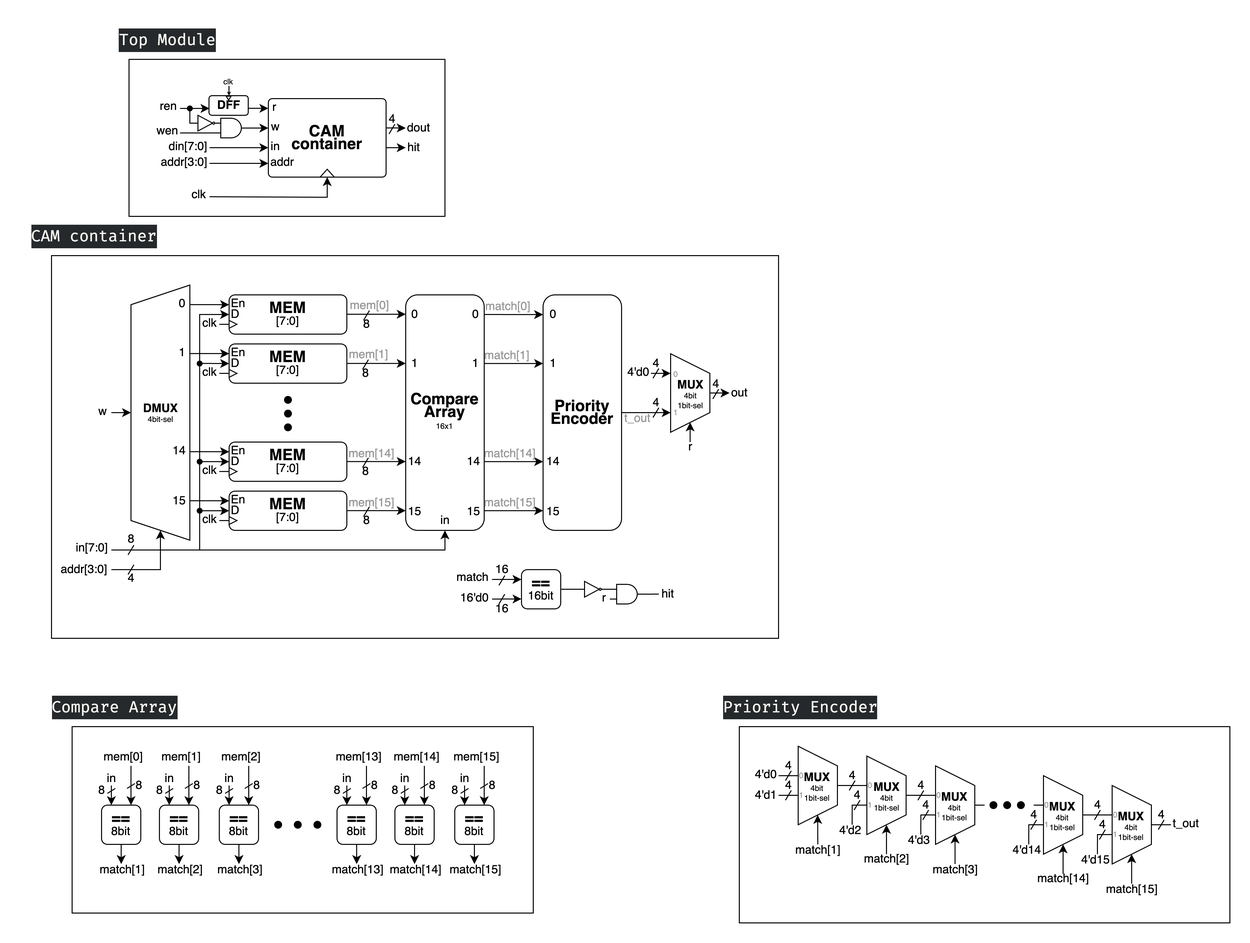
Earlier version of the draw.io export roger/Lab4/Circuit Diagram/a1.png (rogerfan48/Course-Soph1-HDL). Source tidied: cells renumbered, new cells last; positions are measured from the earlier drawing's top-left corner, leaving out a move shared by most shapes.
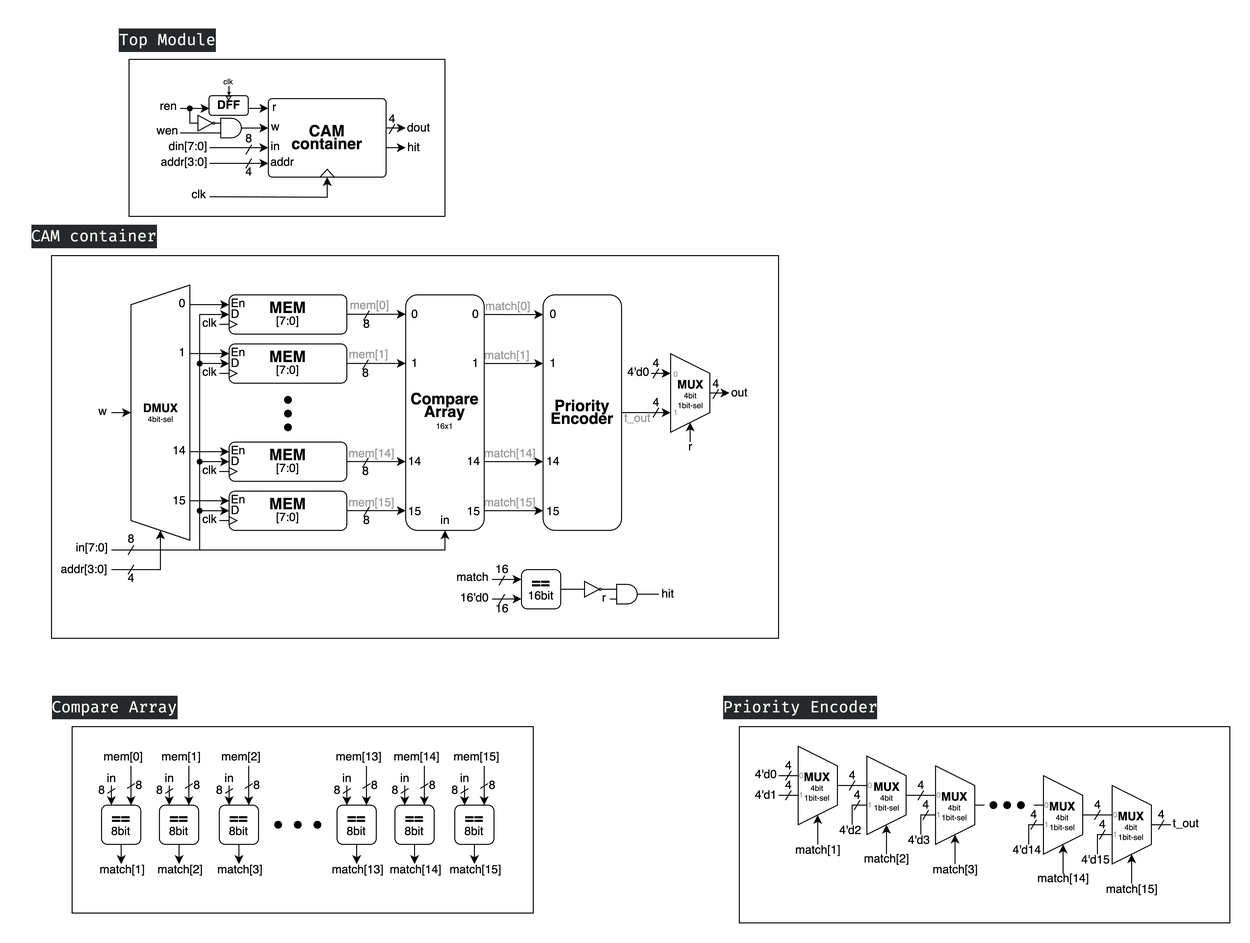
After the change.

What changed in the source:
```diff
@@ -2,6 +2,9 @@
   <root>
     <mxCell id="0" />
     <mxCell id="1" parent="0" />
+    <mxCell id="17" style="rounded=0;whiteSpace=wrap;html=1;fillColor=none;" parent="1" vertex="1">
+      <mxGeometry x="111" y="40" width="322" height="160" as="geometry" />
+    </mxCell>
     <mxCell id="2" style="rounded=0;whiteSpace=wrap;html=1;fillColor=none;" parent="1" vertex="1">
       <mxGeometry x="733" y="720" width="500" height="200" as="geometry" />
     </mxCell>
@@ -59,9 +62,6 @@
     <mxCell id="16" style="rounded=0;whiteSpace=wrap;html=1;fillColor=none;" parent="1" vertex="1">
       <mxGeometry x="32" y="240" width="741" height="390" as="geometry" />
     </mxCell>
-    <mxCell id="17" style="rounded=0;whiteSpace=wrap;html=1;fillColor=none;" parent="1" vertex="1">
-      <mxGeometry x="111" y="40" width="322" height="160" as="geometry" />
-    </mxCell>
     <mxCell id="18" value="mem[1]" style="text;html=1;align=center;verticalAlign=middle;strokeColor=none;fillColor=none;fontColor=#999999;" parent="1" vertex="1">
       <mxGeometry x="325" y="326" width="60" height="30" as="geometry" />
     </mxCell>
@@ -1375,5 +1375,29 @@
         <mxPoint x="18" y="20" as="targetPoint" />
       </mxGeometry>
     </mxCell>
+    <mxCell id="344" style="group;" parent="1" vertex="1">
+      <mxGeometry x="218" y="106" width="30" height="31" as="geometry" />
+    </mxCell>
+    <mxCell id="345" style="endArrow=none;html=1;rounded=0;" parent="344" edge="1">
+      <mxGeometry relative="1" as="geometry">
+        <mxPoint x="12" y="31" as="sourcePoint" />
+        <mxPoint x="18" y="21" as="targetPoint" />
+      </mxGeometry>
+    </mxCell>
+    <mxCell id="346" value="8" style="text;html=1;align=center;verticalAlign=middle;strokeColor=none;fillColor=none;" parent="344" vertex="1">
+      <mxGeometry width="30" height="30" as="geometry" />
+    </mxCell>
+    <mxCell id="347" style="group;" parent="1" vertex="1">
+      <mxGeometry x="218" y="140" width="30" height="30" as="geometry" />
+    </mxCell>
+    <mxCell id="348" value="4" style="text;html=1;align=center;verticalAlign=middle;strokeColor=none;fillColor=none;" parent="347" vertex="1">
+      <mxGeometry width="30" height="30" as="geometry" />
+    </mxCell>
+    <mxCell id="349" style="endArrow=none;html=1;rounded=0;" parent="347" edge="1">
+      <mxGeometry relative="1" as="geometry">
+        <mxPoint x="12" y="11" as="sourcePoint" />
+        <mxPoint x="18" y="1" as="targetPoint" />
+      </mxGeometry>
+    </mxCell>
   </root>
 </mxGraphModel>
```
